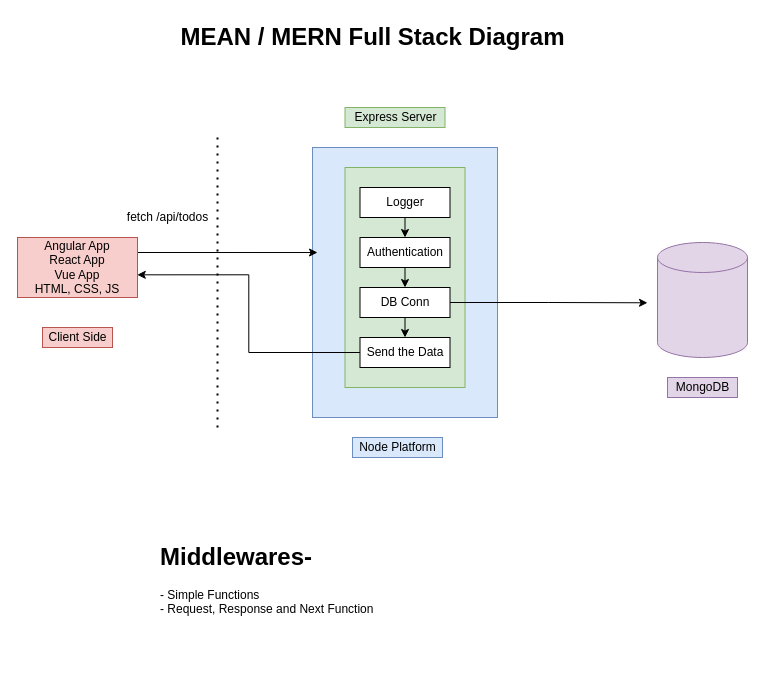
This is page "Page-7" (7 of 10) of refs/diagrams.drawio from synergy2411/mar-22-brillo, a draw.io file, before an edit. Source tidied: cells renumbered, new cells numbered last; positions are measured from the earlier drawing's top-left corner, leaving out a move shared by most shapes. Both pictures are drawn from the tidied source at 100%, with x=0, y=0 at pixel (17, 17).
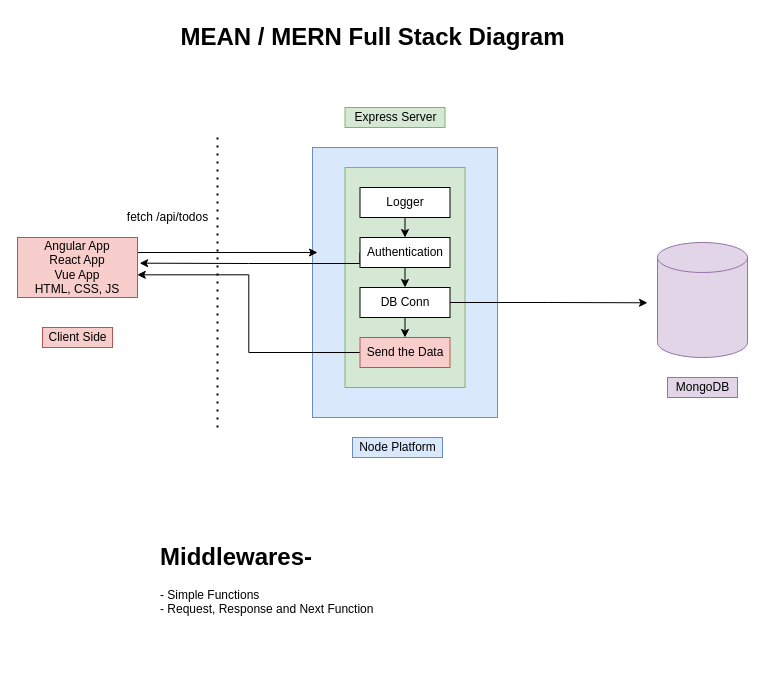
Above is the later version.

The change refers to these unchanged cells:
```xml
<mxCell id="9" value="Authentication" style="rounded=0;whiteSpace=wrap;html=1;" parent="1" vertex="1">
  <mxGeometry x="342.5" y="220" width="90" height="30" as="geometry" />
</mxCell>
<mxCell id="17" value="Angular App&lt;br&gt;React App&lt;br&gt;Vue App&lt;br&gt;HTML, CSS, JS" style="rounded=0;whiteSpace=wrap;html=1;fillColor=#f8cecc;strokeColor=#b85450;" parent="1" vertex="1">
  <mxGeometry y="220" width="120" height="60" as="geometry" />
</mxCell>
```

What changed in the source:
```diff
@@
+    <mxCell id="24" style="edgeStyle=orthogonalEdgeStyle;rounded=0;jettySize=auto;html=1;exitX=0;exitY=0.5;exitDx=0;exitDy=0;entryX=1.018;entryY=0.428;entryDx=0;entryDy=0;entryPerimeter=0;" parent="1" edge="1" source="9" target="17">
+      <mxGeometry relative="1" as="geometry">
+        <Array as="points">
+          <mxPoint x="342" y="246" />
+          <mxPoint x="231" y="246" />
+        </Array>
+      </mxGeometry>
+    </mxCell>
@@
-    <mxCell id="14" value="Send the Data" style="rounded=0;whiteSpace=wrap;html=1;" parent="1" vertex="1">
+    <mxCell id="14" value="Send the Data" style="rounded=0;whiteSpace=wrap;html=1;fillColor=#f8cecc;strokeColor=#b85450;" parent="1" vertex="1">
       <mxGeometry x="342.5" y="320" width="90" height="30" as="geometry" />
     </mxCell>
```
